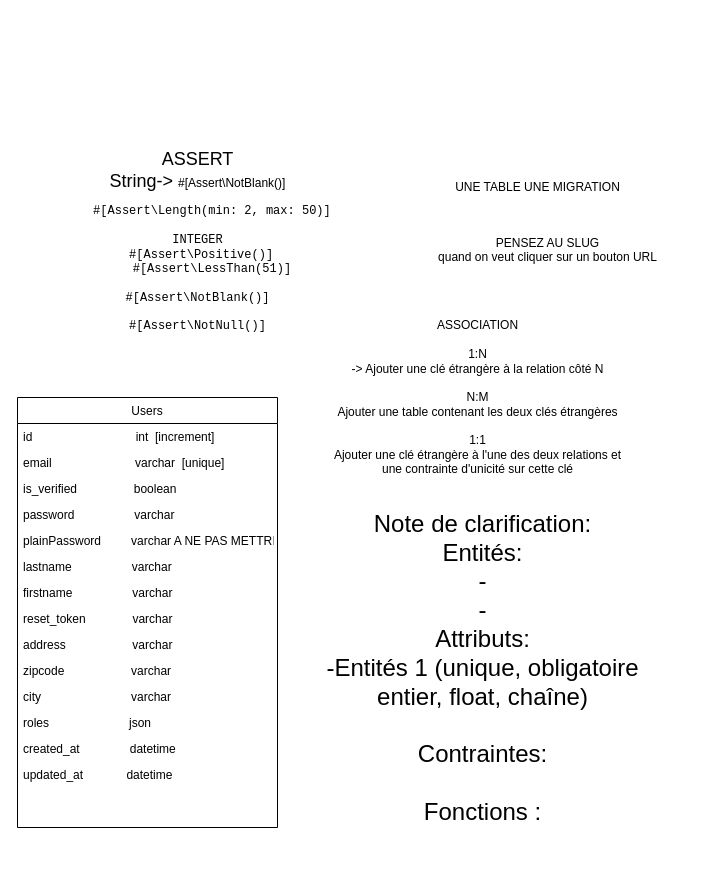
Earlier version of the draw.io diagram astandard.drawio (cyrisa02/diagrammes-UML). Source tidied: cells renumbered, new cells numbered last; positions are measured from the earlier drawing's top-left corner, leaving out a move shared by most shapes. Both pictures are drawn from the tidied source at 100%, with x=0, y=0 at pixel (17, 152).
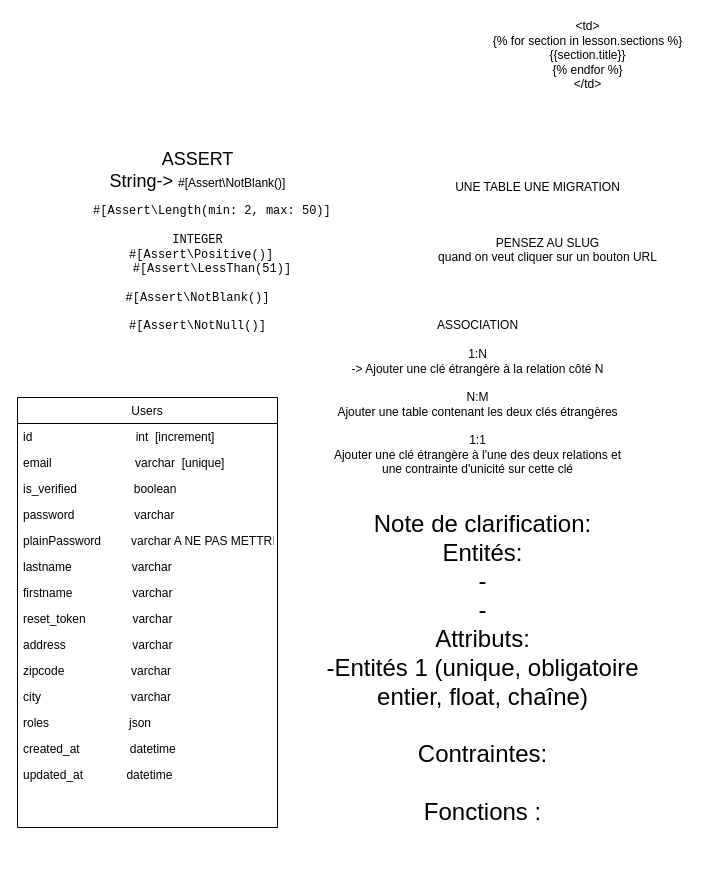
Above is the later version.

Change to the diagram source:
```diff
@@
+    <mxCell id="22" value="&lt;div&gt;&amp;lt;td&amp;gt;&lt;/div&gt;&lt;div&gt;{% for section in lesson.sections %}&lt;/div&gt;&lt;div&gt;{{section.title}}&lt;/div&gt;&lt;div&gt;{% endfor %}&lt;/div&gt;&lt;div&gt;&amp;lt;/td&amp;gt;&lt;/div&gt;&lt;div&gt;&lt;br&gt;&lt;/div&gt;" style="text;html=1;align=center;verticalAlign=middle;fillColor=none;strokeColor=none;rounded=0;" parent="1" vertex="1">
+      <mxGeometry x="470" y="-135" width="200" height="90" as="geometry" />
+    </mxCell>
```
